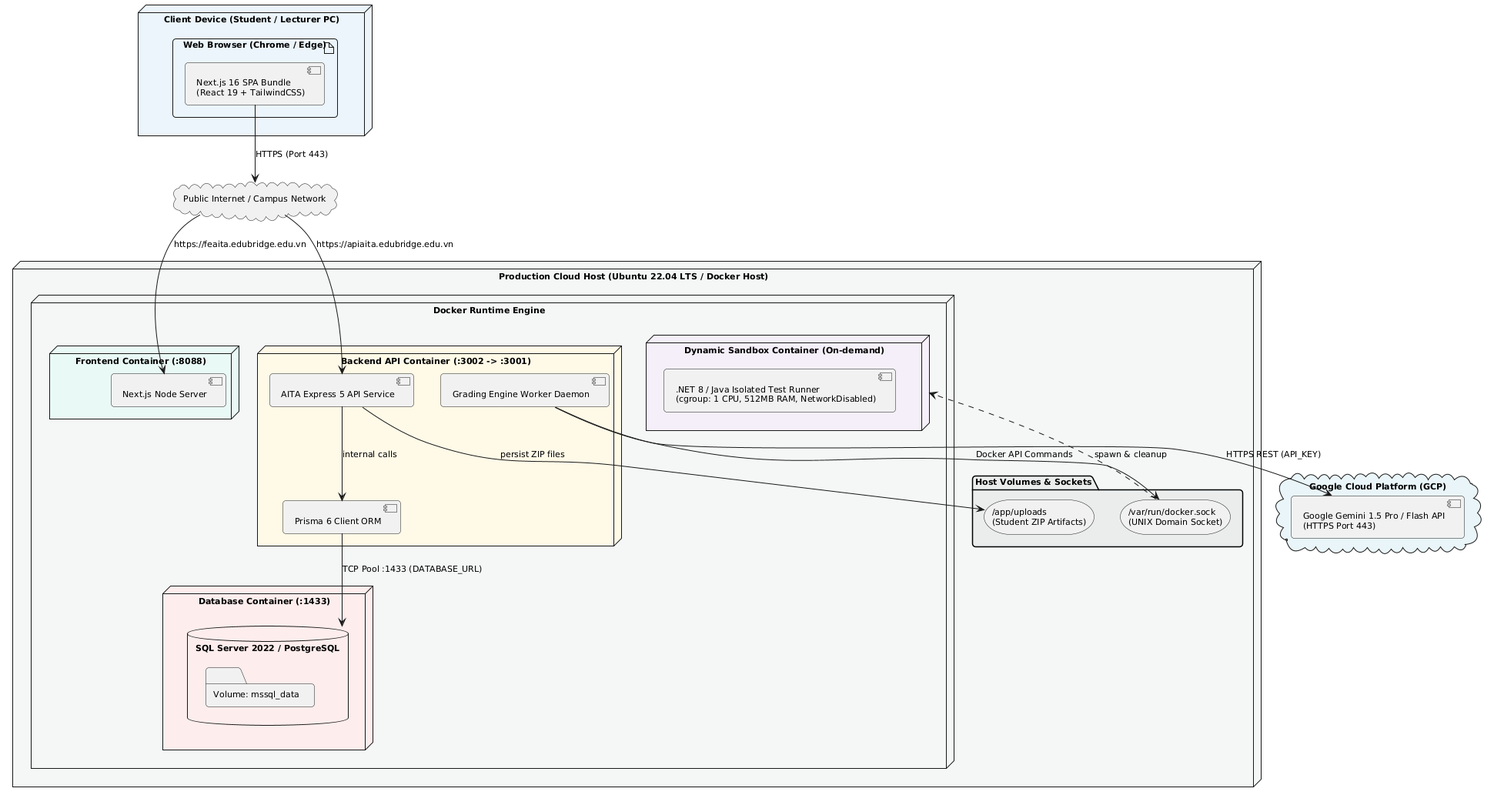
Earlier version of the PlantUML export diagrams/05_deployment_diagram.png (DinhLoii/AI-teaching-assistant). The source it was exported from:
```plantuml
@startuml
skinparam componentStyle uml2
skinparam roundcorner 8
skinparam defaultFontSize 11
skinparam defaultFontName Arial
skinparam shadowing false

node "Client Device (Student / Lecturer PC)" as ClientNode #EBF5FB {
    artifact "Web Browser (Chrome / Edge)" as Browser {
        component "Next.js 16 SPA Bundle\n(React 19 + TailwindCSS)" as SPA
    }
}

cloud "Public Internet / Campus Network" as Network

node "Production Cloud Host (Ubuntu 22.04 LTS / Docker Host)" as CloudHost #F4F6F6 {
    node "Docker Runtime Engine" as DockerRuntime {

        node "Frontend Container (:8088)" as FEContainer #E8F8F5 {
            component "Next.js Node Server" as NextServer
        }

        node "Backend API Container (:3002 -> :3001)" as BEContainer #FEF9E7 {
            component "AITA Express 5 API Service" as APISvc
            component "Grading Engine Worker Daemon" as WorkerDaemon
            component "Prisma 6 Client ORM" as PrismaORM
        }

        node "Database Container (:1433)" as DBContainer #FDEDEC {
            database "SQL Server 2022 / PostgreSQL" as MSSQLServer {
                folder "Volume: mssql_data" as DBVolume
            }
        }

        node "Dynamic Sandbox Container (On-demand)" as SandboxContainer #F5EEF8 {
            component ".NET 8 / Java Isolated Test Runner\n(cgroup: 1 CPU, 512MB RAM, NetworkDisabled)" as Runner
        }
    }

    folder "Host Volumes & Sockets" as HostMounts #EAEDED {
        storage "/app/uploads\n(Student ZIP Artifacts)" as VolUploads
        storage "/var/run/docker.sock\n(UNIX Domain Socket)" as VolSocket
    }
}

cloud "Google Cloud Platform (GCP)" as GCPCloud #E8F4F8 {
    component "Google Gemini 1.5 Pro / Flash API\n(HTTPS Port 443)" as GeminiAPI
}

SPA --> Network : HTTPS (Port 443)
Network --> NextServer : https://feaita.edubridge.edu.vn
Network --> APISvc : https://apiaita.edubridge.edu.vn

APISvc --> PrismaORM : internal calls
PrismaORM --> MSSQLServer : TCP Pool :1433 (DATABASE_URL)
APISvc --> VolUploads : persist ZIP files
WorkerDaemon --> VolSocket : Docker API Commands
VolSocket ..> SandboxContainer : spawn & cleanup
WorkerDaemon --> GeminiAPI : HTTPS REST (API_KEY)
@enduml
```
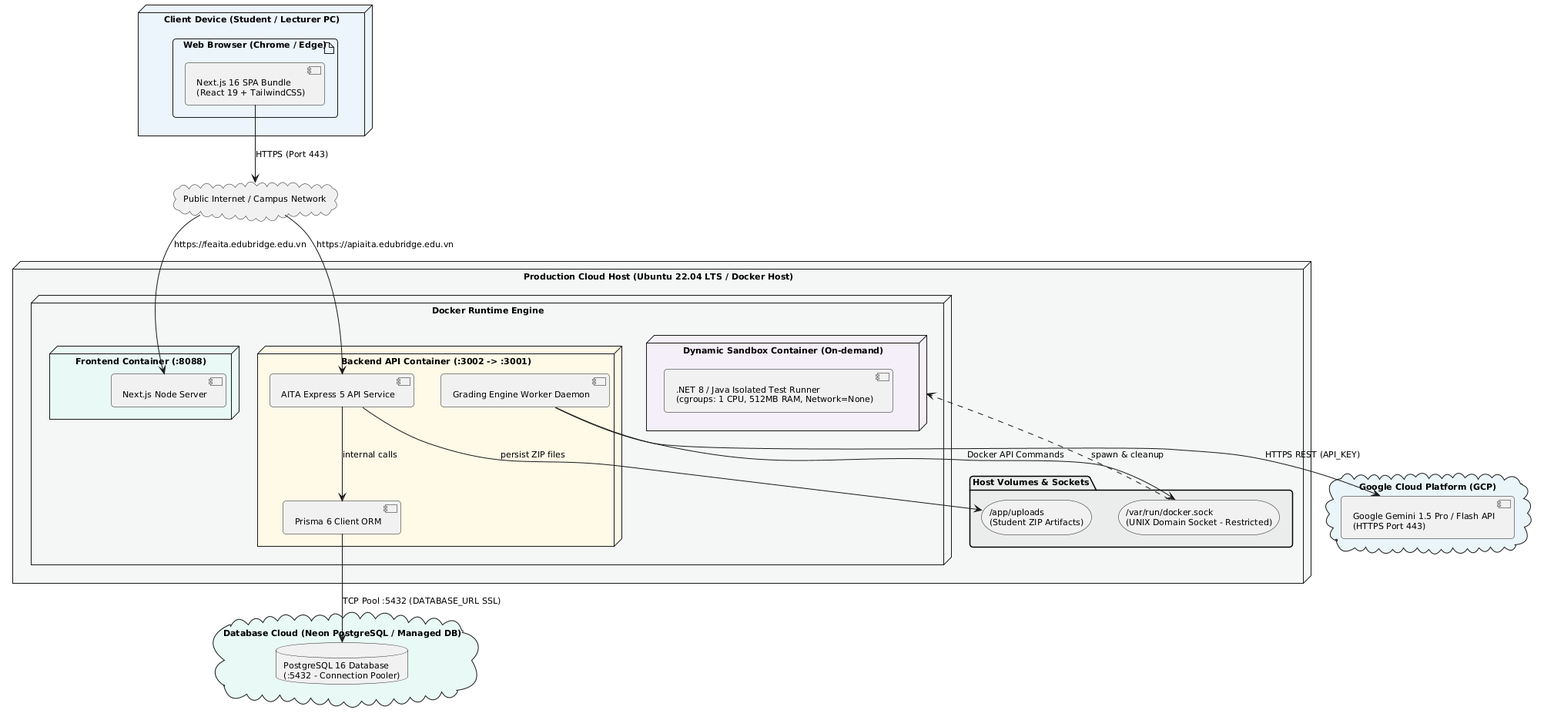
After the change.

Commit message:
docs(architecture): add detailed database ERD and unify PostgreSQL architecture diagrams

Diff of the diagram source:
```diff
@@ -26,21 +26,19 @@
             component "Prisma 6 Client ORM" as PrismaORM
         }
 
-        node "Database Container (:1433)" as DBContainer #FDEDEC {
-            database "SQL Server 2022 / PostgreSQL" as MSSQLServer {
-                folder "Volume: mssql_data" as DBVolume
-            }
-        }
-
         node "Dynamic Sandbox Container (On-demand)" as SandboxContainer #F5EEF8 {
-            component ".NET 8 / Java Isolated Test Runner\n(cgroup: 1 CPU, 512MB RAM, NetworkDisabled)" as Runner
+            component ".NET 8 / Java Isolated Test Runner\n(cgroups: 1 CPU, 512MB RAM, Network=None)" as Runner
         }
     }
 
     folder "Host Volumes & Sockets" as HostMounts #EAEDED {
         storage "/app/uploads\n(Student ZIP Artifacts)" as VolUploads
-        storage "/var/run/docker.sock\n(UNIX Domain Socket)" as VolSocket
+        storage "/var/run/docker.sock\n(UNIX Domain Socket - Restricted)" as VolSocket
     }
+}
+
+cloud "Database Cloud (Neon PostgreSQL / Managed DB)" as CloudDB #E8F8F5 {
+    database "PostgreSQL 16 Database\n(:5432 - Connection Pooler)" as PGInstance
 }
 
 cloud "Google Cloud Platform (GCP)" as GCPCloud #E8F4F8 {
@@ -52,7 +50,7 @@
 Network --> APISvc : https://apiaita.edubridge.edu.vn
 
 APISvc --> PrismaORM : internal calls
-PrismaORM --> MSSQLServer : TCP Pool :1433 (DATABASE_URL)
+PrismaORM --> PGInstance : TCP Pool :5432 (DATABASE_URL SSL)
 APISvc --> VolUploads : persist ZIP files
 WorkerDaemon --> VolSocket : Docker API Commands
 VolSocket ..> SandboxContainer : spawn & cleanup
```
